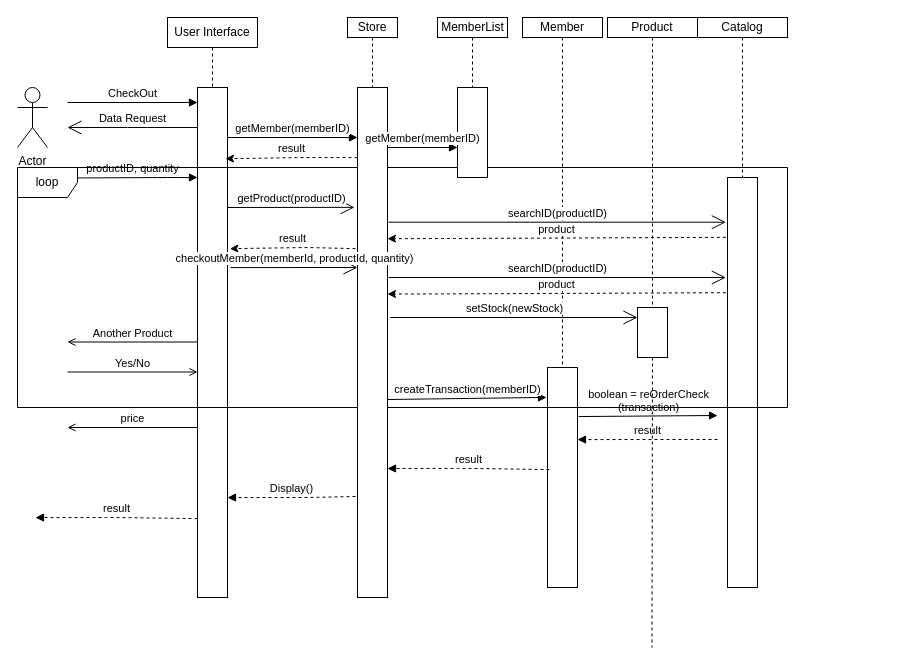
Before: Doc/Sequence Diagrams/Diagram 4.drawio in vinnyyo/GroupProject1, a draw.io diagram. Source tidied: cells renumbered, new cells numbered last; positions are measured from the earlier drawing's top-left corner, leaving out a move shared by most shapes. Both pictures are drawn from the tidied source at 100%, with x=0, y=0 at pixel (17, 17).
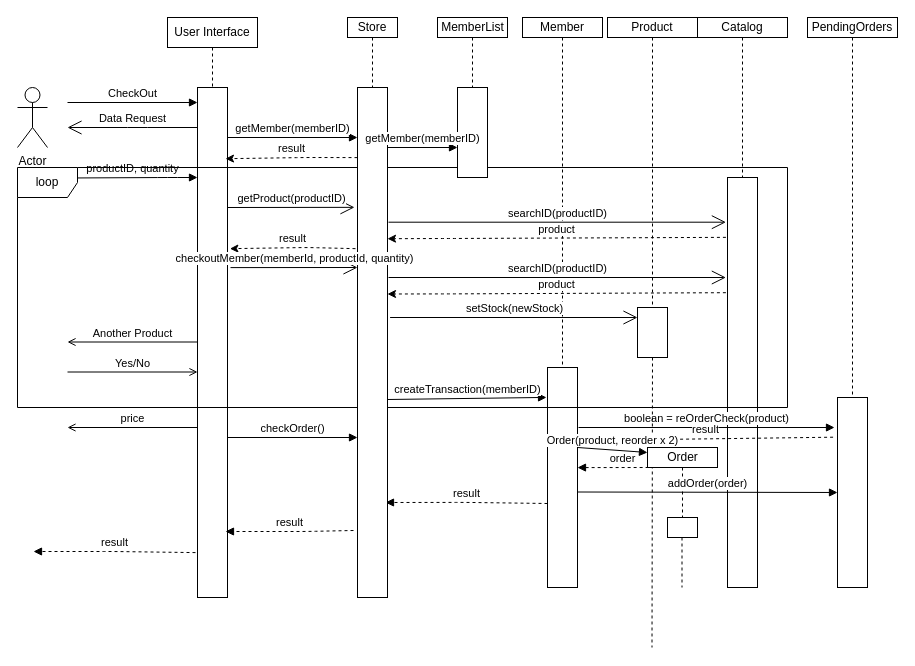
Above is the later version.

The change refers to these unchanged cells:
```xml
<mxCell id="20" style="rounded=0;whiteSpace=wrap;html=1;" parent="1" vertex="1">
  <mxGeometry x="530" y="350" width="30" height="220" as="geometry" />
</mxCell>
<mxCell id="33" style="rounded=0;whiteSpace=wrap;html=1;strokeWidth=1;" parent="1" vertex="1">
  <mxGeometry x="340" y="70" width="30" height="510" as="geometry" />
</mxCell>
```

The edit, as a diff of the source:
```diff
@@
-    <mxCell id="25" value="boolean = reOrderCheck&lt;br&gt;(transaction)" style="html=1;verticalAlign=bottom;startArrow=none;endArrow=block;startSize=8;startFill=0;exitX=1.033;exitY=0.223;exitDx=0;exitDy=0;exitPerimeter=0;" parent="1" edge="1" source="20">
+    <mxCell id="25" value="boolean = reOrderCheck(product)" style="html=1;verticalAlign=bottom;startArrow=none;endArrow=block;startSize=8;startFill=0;" parent="1" edge="1">
       <mxGeometry relative="1" as="geometry">
-        <mxPoint x="700" y="398" as="targetPoint" />
+        <mxPoint x="561" y="410" as="sourcePoint" />
+        <mxPoint x="817" y="410" as="targetPoint" />
       </mxGeometry>
     </mxCell>
-    <mxCell id="26" value="result" style="html=1;verticalAlign=bottom;startArrow=none;endArrow=block;startSize=8;startFill=0;entryX=0;entryY=0.036;entryDx=0;entryDy=0;entryPerimeter=0;dashed=1;" parent="1" edge="1">
+    <mxCell id="26" value="result" style="html=1;verticalAlign=bottom;startArrow=none;endArrow=block;startSize=8;startFill=0;entryX=0;entryY=0.036;entryDx=0;entryDy=0;entryPerimeter=0;dashed=1;exitX=-0.147;exitY=0.209;exitDx=0;exitDy=0;exitPerimeter=0;" parent="1" edge="1" source="51">
       <mxGeometry relative="1" as="geometry">
-        <mxPoint x="700" y="422" as="sourcePoint" />
         <mxPoint x="560" y="422.1" as="targetPoint" />
         <Array as="points">
           <mxPoint x="640" y="422" />
           <mxPoint x="560" y="422.1" />
         </Array>
       </mxGeometry>
     </mxCell>
-    <mxCell id="27" value="result" style="html=1;verticalAlign=bottom;startArrow=none;endArrow=block;startSize=8;startFill=0;entryX=0;entryY=0.036;entryDx=0;entryDy=0;entryPerimeter=0;dashed=1;exitX=0.067;exitY=0.464;exitDx=0;exitDy=0;exitPerimeter=0;" parent="1" edge="1" source="20">
+    <mxCell id="27" value="result" style="html=1;verticalAlign=bottom;startArrow=none;endArrow=block;startSize=8;startFill=0;entryX=0;entryY=0.036;entryDx=0;entryDy=0;entryPerimeter=0;dashed=1;exitX=0.067;exitY=0.464;exitDx=0;exitDy=0;exitPerimeter=0;" parent="1" edge="1">
       <mxGeometry relative="1" as="geometry">
-        <mxPoint x="370" y="451" as="targetPoint" />
+        <mxPoint x="530" y="486" as="sourcePoint" />
+        <mxPoint x="368" y="485" as="targetPoint" />
         <Array as="points">
-          <mxPoint x="450" y="450.9" />
-          <mxPoint x="370" y="451" />
+          <mxPoint x="448" y="484.9" />
+          <mxPoint x="368" y="485" />
         </Array>
       </mxGeometry>
     </mxCell>
-    <mxCell id="28" value="Display()" style="html=1;verticalAlign=bottom;startArrow=none;endArrow=block;startSize=8;startFill=0;entryX=0;entryY=0.036;entryDx=0;entryDy=0;entryPerimeter=0;dashed=1;exitX=-0.067;exitY=0.802;exitDx=0;exitDy=0;exitPerimeter=0;" parent="1" edge="1" source="33">
+    <mxCell id="28" value="result" style="html=1;verticalAlign=bottom;startArrow=none;endArrow=block;startSize=8;startFill=0;entryX=0;entryY=0.036;entryDx=0;entryDy=0;entryPerimeter=0;dashed=1;exitX=-0.067;exitY=0.802;exitDx=0;exitDy=0;exitPerimeter=0;" parent="1" edge="1">
       <mxGeometry relative="1" as="geometry">
-        <mxPoint x="210" y="480.1" as="targetPoint" />
+        <mxPoint x="336" y="513" as="sourcePoint" />
+        <mxPoint x="208" y="514" as="targetPoint" />
         <Array as="points">
-          <mxPoint x="290" y="480" />
-          <mxPoint x="210" y="480.1" />
+          <mxPoint x="288" y="514" />
+          <mxPoint x="208" y="514" />
         </Array>
       </mxGeometry>
     </mxCell>
@@
     <mxCell id="48" value="result" style="html=1;verticalAlign=bottom;startArrow=none;endArrow=block;startSize=8;startFill=0;entryX=0;entryY=0.036;entryDx=0;entryDy=0;entryPerimeter=0;dashed=1;exitX=0.067;exitY=0.464;exitDx=0;exitDy=0;exitPerimeter=0;" parent="1" edge="1">
       <mxGeometry relative="1" as="geometry">
-        <mxPoint x="180" y="501.1" as="sourcePoint" />
-        <mxPoint x="18" y="500.1" as="targetPoint" />
+        <mxPoint x="178" y="535.1" as="sourcePoint" />
+        <mxPoint x="16" y="534" as="targetPoint" />
         <Array as="points">
-          <mxPoint x="98" y="500" />
-          <mxPoint x="18" y="500.1" />
+          <mxPoint x="96" y="534" />
+          <mxPoint x="16" y="534" />
         </Array>
       </mxGeometry>
     </mxCell>
+    <mxCell id="49" style="edgeStyle=orthogonalEdgeStyle;rounded=0;jettySize=auto;html=1;exitX=0.5;exitY=1;exitDx=0;exitDy=0;entryX=0.5;entryY=0;entryDx=0;entryDy=0;dashed=1;startFill=0;endArrow=none;endFill=0;" parent="1" edge="1" source="50" target="51">
+      <mxGeometry relative="1" as="geometry" />
+    </mxCell>
+    <mxCell id="50" value="PendingOrders" style="rounded=0;whiteSpace=wrap;html=1;strokeWidth=1;gradientColor=none;" parent="1" vertex="1">
+      <mxGeometry x="790" width="90" height="20" as="geometry" />
+    </mxCell>
+    <mxCell id="51" style="rounded=0;whiteSpace=wrap;html=1;strokeWidth=1;gradientColor=none;" parent="1" vertex="1">
+      <mxGeometry x="820" y="380" width="30" height="190" as="geometry" />
+    </mxCell>
+    <mxCell id="52" value="checkOrder()" style="html=1;verticalAlign=bottom;startArrow=none;endArrow=block;startSize=8;startFill=0;" parent="1" edge="1">
+      <mxGeometry relative="1" as="geometry">
+        <mxPoint x="210" y="420" as="sourcePoint" />
+        <mxPoint x="340" y="420" as="targetPoint" />
+        <Array as="points">
+          <mxPoint x="210" y="420" />
+        </Array>
+      </mxGeometry>
+    </mxCell>
+    <mxCell id="53" style="edgeStyle=orthogonalEdgeStyle;rounded=0;jettySize=auto;html=1;exitX=0.5;exitY=1;exitDx=0;exitDy=0;dashed=1;startFill=0;endArrow=none;endFill=0;" parent="1" edge="1" source="54" target="55">
+      <mxGeometry relative="1" as="geometry" />
+    </mxCell>
+    <mxCell id="54" value="Order" style="html=1;strokeWidth=1;gradientColor=none;" parent="1" vertex="1">
+      <mxGeometry x="630" y="430" width="70" height="20" as="geometry" />
+    </mxCell>
+    <mxCell id="55" style="rounded=0;whiteSpace=wrap;html=1;" parent="1" vertex="1">
+      <mxGeometry x="650" y="500" width="30" height="20" as="geometry" />
+    </mxCell>
+    <mxCell id="56" style="edgeStyle=orthogonalEdgeStyle;rounded=0;orthogonalLoop=1;jettySize=auto;html=1;exitX=0.5;exitY=1;exitDx=0;exitDy=0;dashed=1;startFill=0;endArrow=none;endFill=0;" parent="1" edge="1">
+      <mxGeometry relative="1" as="geometry">
+        <mxPoint x="664.5" y="520" as="sourcePoint" />
+        <mxPoint x="664.5" y="570" as="targetPoint" />
+      </mxGeometry>
+    </mxCell>
+    <mxCell id="57" value="Order(product, reorder x 2)" style="html=1;verticalAlign=bottom;startArrow=none;endArrow=block;startSize=8;startFill=0;entryX=0;entryY=0.25;entryDx=0;entryDy=0;" parent="1" edge="1" target="54">
+      <mxGeometry relative="1" as="geometry">
+        <mxPoint x="560" y="430" as="sourcePoint" />
+        <Array as="points">
+          <mxPoint x="560" y="430" />
+        </Array>
+      </mxGeometry>
+    </mxCell>
+    <mxCell id="58" value="addOrder(order)" style="html=1;verticalAlign=bottom;startArrow=none;endArrow=block;startSize=8;startFill=0;entryX=0;entryY=0.5;entryDx=0;entryDy=0;" parent="1" edge="1" target="51">
+      <mxGeometry relative="1" as="geometry">
+        <mxPoint x="560" y="474.5" as="sourcePoint" />
+        <Array as="points">
+          <mxPoint x="560" y="474.5" />
+        </Array>
+      </mxGeometry>
+    </mxCell>
+    <mxCell id="59" value="order" style="html=1;verticalAlign=bottom;startArrow=none;endArrow=block;startSize=8;startFill=0;entryX=0;entryY=0.036;entryDx=0;entryDy=0;entryPerimeter=0;dashed=1;" parent="1" edge="1">
+      <mxGeometry relative="1" as="geometry">
+        <mxPoint x="630" y="450" as="sourcePoint" />
+        <mxPoint x="560" y="450.1" as="targetPoint" />
+        <Array as="points">
+          <mxPoint x="640" y="450" />
+          <mxPoint x="560" y="450.1" />
+        </Array>
+      </mxGeometry>
+    </mxCell>
```
